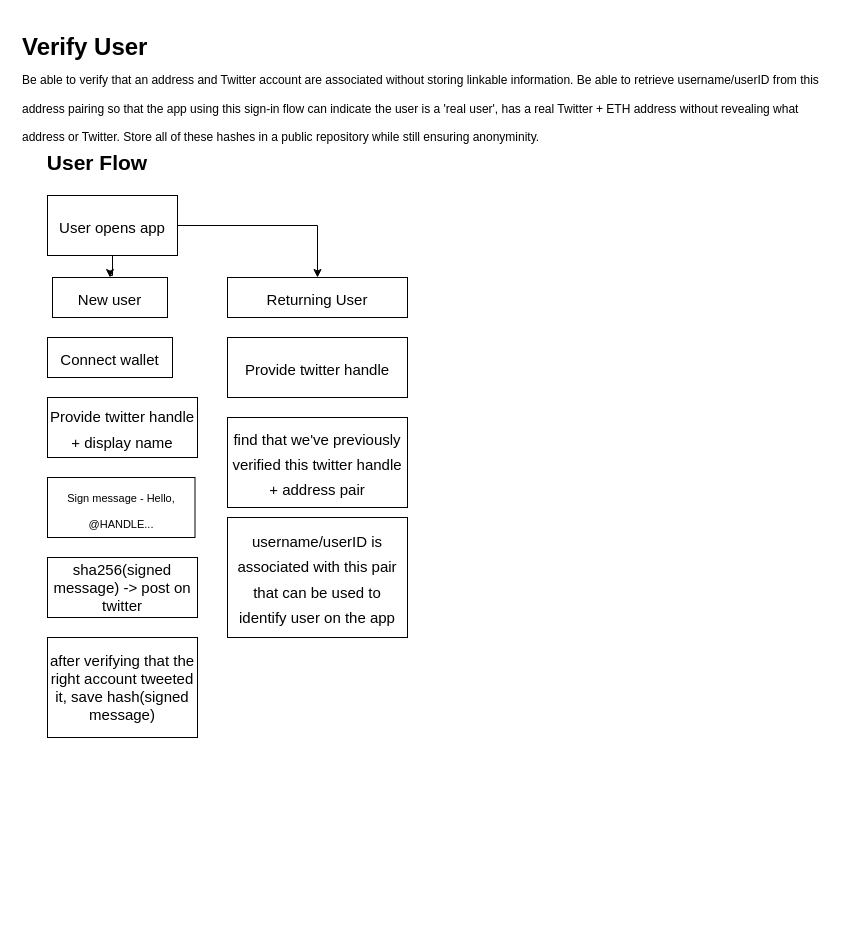
The draw.io diagram verify-user.drawio in straightupjac/verify-user, before the edit. Source tidied: cells renumbered, new cells numbered last; positions are measured from the earlier drawing's top-left corner, leaving out a move shared by most shapes. Both pictures are drawn from the tidied source at 100%, with x=0, y=0 at pixel (17, 27).
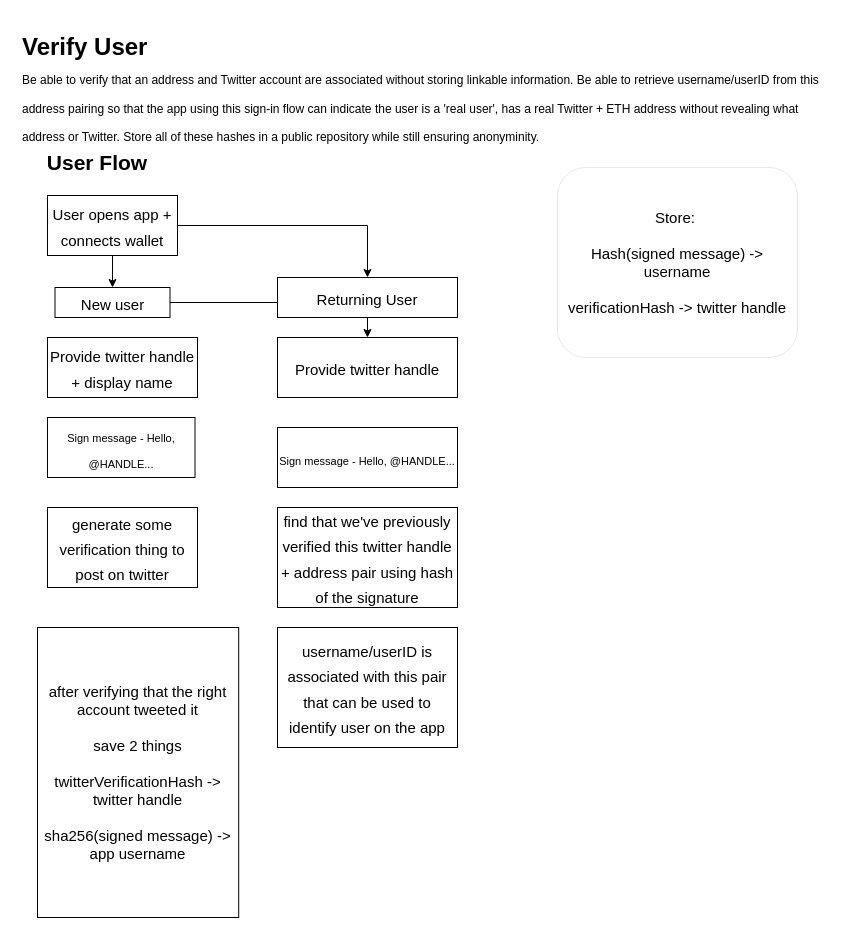
The same diagram, later.

Change to the diagram source:
```diff
@@
 <mxGraphModel>
   <root>
     <mxCell id="0" />
     <mxCell id="1" parent="0" />
     <mxCell id="2" value="&lt;h1&gt;&lt;span style=&quot;background-color: initial;&quot;&gt;Verify User&lt;br&gt;&lt;/span&gt;&lt;span style=&quot;font-size: 12px; font-weight: 400;&quot;&gt;Be able to verify that an address and Twitter account are associated without storing linkable information. Be able to retrieve username/userID from this address pairing so that the app using this sign-in flow can indicate the user is a 'real user', has a real Twitter + ETH address without revealing what address or Twitter. Store all of these hashes in a public repository while still ensuring anonyminity.&lt;/span&gt;&lt;/h1&gt;" style="text;html=1;strokeColor=none;fillColor=none;spacing=5;spacingTop=-20;whiteSpace=wrap;overflow=hidden;rounded=0;" parent="1" vertex="1">
       <mxGeometry width="810" height="120" as="geometry" />
     </mxCell>
     <mxCell id="3" value="&lt;b&gt;&lt;font style=&quot;font-size: 21px;&quot;&gt;User Flow&lt;/font&gt;&lt;/b&gt;" style="text;html=1;strokeColor=none;fillColor=none;align=center;verticalAlign=middle;whiteSpace=wrap;rounded=0;" parent="1" vertex="1">
       <mxGeometry y="120" width="160" height="30" as="geometry" />
     </mxCell>
     <mxCell id="4" style="edgeStyle=orthogonalEdgeStyle;rounded=0;jettySize=auto;html=1;exitX=0.5;exitY=1;exitDx=0;exitDy=0;fontSize=21;" parent="1" edge="1" source="6" target="7">
       <mxGeometry relative="1" as="geometry" />
     </mxCell>
     <mxCell id="5" style="edgeStyle=orthogonalEdgeStyle;rounded=0;jettySize=auto;html=1;fontSize=21;" parent="1" edge="1" source="6" target="8">
       <mxGeometry relative="1" as="geometry" />
     </mxCell>
-    <mxCell id="6" value="&lt;font style=&quot;font-size: 15px;&quot;&gt;User opens app&lt;/font&gt;" style="rounded=0;whiteSpace=wrap;html=1;fontSize=21;" parent="1" vertex="1">
+    <mxCell id="6" value="&lt;font style=&quot;font-size: 15px;&quot;&gt;User opens app + connects wallet&lt;/font&gt;" style="rounded=0;whiteSpace=wrap;html=1;fontSize=21;" parent="1" vertex="1">
       <mxGeometry x="30" y="168" width="130" height="60" as="geometry" />
     </mxCell>
+    <mxCell id="17" style="edgeStyle=orthogonalEdgeStyle;rounded=0;jettySize=auto;html=1;fontSize=15;" parent="1" edge="1" source="7" target="14">
+      <mxGeometry relative="1" as="geometry" />
+    </mxCell>
     <mxCell id="7" value="&lt;font style=&quot;font-size: 15px;&quot;&gt;New user&lt;/font&gt;" style="rounded=0;whiteSpace=wrap;html=1;fontSize=21;" parent="1" vertex="1">
-      <mxGeometry x="35" y="250" width="115" height="40" as="geometry" />
+      <mxGeometry x="37.5" y="260" width="115" height="30" as="geometry" />
     </mxCell>
     <mxCell id="8" value="&lt;font style=&quot;font-size: 15px;&quot;&gt;Returning User&lt;/font&gt;" style="rounded=0;whiteSpace=wrap;html=1;fontSize=21;" parent="1" vertex="1">
-      <mxGeometry x="210" y="250" width="180" height="40" as="geometry" />
+      <mxGeometry x="260" y="250" width="180" height="40" as="geometry" />
     </mxCell>
-    <mxCell id="9" value="&lt;font style=&quot;font-size: 15px;&quot;&gt;Connect wallet&lt;/font&gt;" style="rounded=0;whiteSpace=wrap;html=1;fontSize=21;" parent="1" vertex="1">
-      <mxGeometry x="30" y="310" width="125" height="40" as="geometry" />
-    </mxCell>
     <mxCell id="10" value="&lt;font style=&quot;font-size: 15px;&quot;&gt;Provide twitter handle + display name&lt;/font&gt;" style="rounded=0;whiteSpace=wrap;html=1;fontSize=21;" parent="1" vertex="1">
-      <mxGeometry x="30" y="370" width="150" height="60" as="geometry" />
+      <mxGeometry x="30" y="310" width="150" height="60" as="geometry" />
     </mxCell>
     <mxCell id="11" value="&lt;font style=&quot;font-size: 11px;&quot;&gt;Sign message - Hello, @HANDLE...&lt;/font&gt;" style="rounded=0;whiteSpace=wrap;html=1;fontSize=21;" parent="1" vertex="1">
-      <mxGeometry x="30" y="450" width="147.5" height="60" as="geometry" />
+      <mxGeometry x="30" y="390" width="147.5" height="60" as="geometry" />
     </mxCell>
-    <mxCell id="12" value="&lt;span style=&quot;font-size: 15px;&quot;&gt;sha256(signed message) -&amp;gt; post on twitter&lt;/span&gt;" style="rounded=0;whiteSpace=wrap;html=1;fontSize=11;" parent="1" vertex="1">
-      <mxGeometry x="30" y="530" width="150" height="60" as="geometry" />
-    </mxCell>
-    <mxCell id="13" value="&lt;span style=&quot;font-size: 15px;&quot;&gt;after verifying that the right account tweeted it, save hash(signed message)&lt;/span&gt;" style="rounded=0;whiteSpace=wrap;html=1;fontSize=11;" parent="1" vertex="1">
-      <mxGeometry x="30" y="610" width="150" height="100" as="geometry" />
+    <mxCell id="13" value="&lt;span style=&quot;font-size: 15px;&quot;&gt;after verifying that the right account tweeted it&lt;br&gt;&lt;br&gt;save 2 things&lt;br&gt;&lt;br&gt;twitterVerificationHash -&amp;gt; twitter handle&lt;br&gt;&lt;br&gt;sha256(signed message) -&amp;gt; app username&lt;br&gt;&lt;/span&gt;" style="rounded=0;whiteSpace=wrap;html=1;fontSize=11;" parent="1" vertex="1">
+      <mxGeometry x="20" y="600" width="201.2" height="290" as="geometry" />
     </mxCell>
     <mxCell id="14" value="&lt;font style=&quot;font-size: 15px;&quot;&gt;Provide twitter handle&lt;/font&gt;" style="rounded=0;whiteSpace=wrap;html=1;fontSize=21;" parent="1" vertex="1">
-      <mxGeometry x="210" y="310" width="180" height="60" as="geometry" />
+      <mxGeometry x="260" y="310" width="180" height="60" as="geometry" />
     </mxCell>
-    <mxCell id="15" value="&lt;font style=&quot;font-size: 15px;&quot;&gt;find that we've previously verified this twitter handle + address pair&lt;/font&gt;" style="rounded=0;whiteSpace=wrap;html=1;fontSize=21;" parent="1" vertex="1">
-      <mxGeometry x="210" y="390" width="180" height="90" as="geometry" />
+    <mxCell id="15" value="&lt;font style=&quot;font-size: 15px;&quot;&gt;find that we've previously verified this twitter handle + address pair using hash of the signature&lt;/font&gt;" style="rounded=0;whiteSpace=wrap;html=1;fontSize=21;" parent="1" vertex="1">
+      <mxGeometry x="260" y="480" width="180" height="100" as="geometry" />
     </mxCell>
     <mxCell id="16" value="&lt;font style=&quot;font-size: 15px;&quot;&gt;username/userID is associated with this pair that can be used to identify user on the app&lt;/font&gt;" style="rounded=0;whiteSpace=wrap;html=1;fontSize=21;" parent="1" vertex="1">
-      <mxGeometry x="210" y="490" width="180" height="120" as="geometry" />
+      <mxGeometry x="260" y="600" width="180" height="120" as="geometry" />
     </mxCell>
+    <mxCell id="18" value="Store:&amp;nbsp;&lt;br&gt;&lt;br&gt;Hash(signed message) -&amp;gt; username&lt;br&gt;&lt;br&gt;verificationHash -&amp;gt; twitter handle" style="rounded=1;whiteSpace=wrap;html=1;fontSize=15;strokeWidth=0;" parent="1" vertex="1">
+      <mxGeometry x="540" y="140" width="240" height="190" as="geometry" />
+    </mxCell>
+    <mxCell id="19" value="&lt;span style=&quot;font-size: 11px;&quot;&gt;Sign message - Hello, @HANDLE...&lt;/span&gt;" style="rounded=0;whiteSpace=wrap;html=1;fontSize=21;" parent="1" vertex="1">
+      <mxGeometry x="260" y="400" width="180" height="60" as="geometry" />
+    </mxCell>
+    <mxCell id="20" value="&lt;font style=&quot;font-size: 15px;&quot;&gt;generate some verification thing to post on twitter&lt;/font&gt;" style="rounded=0;whiteSpace=wrap;html=1;fontSize=21;" parent="1" vertex="1">
+      <mxGeometry x="30" y="480" width="150" height="80" as="geometry" />
+    </mxCell>
   </root>
 </mxGraphModel>
```
